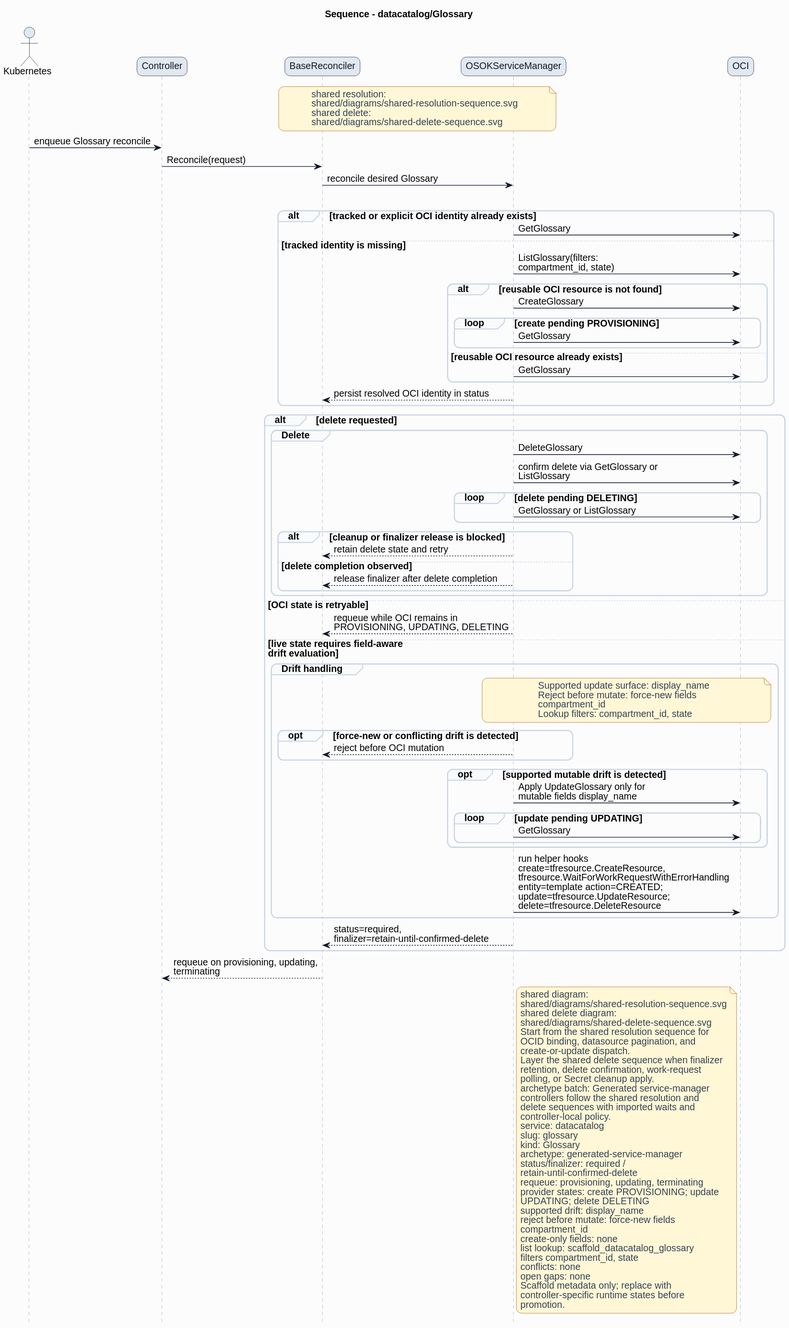
Before: formal/controllers/datacatalog/glossary/diagrams/sequence.svg, a diagram exported from PlantUML (HaoyL666/oci-service-operator). The source it was exported from:
```plantuml
@startuml
skinparam shadowing false
skinparam backgroundColor #fcfcfd
skinparam defaultFontName Helvetica
skinparam defaultFontSize 14
skinparam arrowColor #0f172a
skinparam noteBackgroundColor #fff7d6
skinparam noteBorderColor #b45309
skinparam noteFontColor #334155
skinparam roundcorner 16
title Sequence - datacatalog/Glossary
hide footbox
skinparam sequence {
  actorBorderColor #0f172a
  actorBackgroundColor #e2e8f0
  participantBorderColor #0f172a
  participantBackgroundColor #e2e8f0
  participantFontColor #0f172a
  lifeLineBorderColor #94a3b8
  groupBorderColor #cbd5e1
  groupBackgroundColor #f8fafc
}
actor Kubernetes
participant Controller
participant BaseReconciler
participant "OSOKServiceManager" as ServiceManager
participant OCI
note over BaseReconciler,ServiceManager
shared resolution:
shared/diagrams/shared-resolution-sequence.svg
shared delete:
shared/diagrams/shared-delete-sequence.svg
end note
Kubernetes -> Controller: enqueue Glossary reconcile
Controller -> BaseReconciler: Reconcile(request)
BaseReconciler -> ServiceManager: reconcile desired Glossary
group Lookup and bind
alt tracked or explicit OCI identity already exists
ServiceManager -> OCI: GetGlossary
else tracked identity is missing
ServiceManager -> OCI: ListGlossary(filters:\ncompartment_id, state)
alt reusable OCI resource is not found
ServiceManager -> OCI: CreateGlossary
loop create pending PROVISIONING
ServiceManager -> OCI: GetGlossary
end
else reusable OCI resource already exists
ServiceManager -> OCI: GetGlossary
end
ServiceManager --> BaseReconciler: persist resolved OCI identity in status
end
alt delete requested
group Delete
ServiceManager -> OCI: DeleteGlossary
ServiceManager -> OCI: confirm delete via GetGlossary or\nListGlossary
loop delete pending DELETING
ServiceManager -> OCI: GetGlossary or ListGlossary
end
alt cleanup or finalizer release is blocked
ServiceManager --> BaseReconciler: retain delete state and retry
else delete completion observed
ServiceManager --> BaseReconciler: release finalizer after delete completion
end
end
else OCI state is retryable
ServiceManager --> BaseReconciler: requeue while OCI remains in\nPROVISIONING, UPDATING, DELETING
else live state requires field-aware\ndrift evaluation
group Drift handling
note over ServiceManager,OCI
Supported update surface: display_name
Reject before mutate: force-new fields
compartment_id
Lookup filters: compartment_id, state
end note
opt force-new or conflicting drift is detected
ServiceManager --> BaseReconciler: reject before OCI mutation
end
opt supported mutable drift is detected
ServiceManager -> OCI: Apply UpdateGlossary only for\nmutable fields display_name
loop update pending UPDATING
ServiceManager -> OCI: GetGlossary
end
end
ServiceManager -> OCI: run helper hooks\ncreate=tfresource.CreateResource,\ntfresource.WaitForWorkRequestWithErrorHandling\nentity=template action=CREATED;\nupdate=tfresource.UpdateResource;\ndelete=tfresource.DeleteResource
end
ServiceManager --> BaseReconciler: status=required,\nfinalizer=retain-until-confirmed-delete
end
BaseReconciler --> Controller: requeue on provisioning, updating,\nterminating
note right of ServiceManager
shared diagram:
shared/diagrams/shared-resolution-sequence.svg
shared delete diagram:
shared/diagrams/shared-delete-sequence.svg
Start from the shared resolution sequence for
OCID binding, datasource pagination, and
create-or-update dispatch.
Layer the shared delete sequence when finalizer
retention, delete confirmation, work-request
polling, or Secret cleanup apply.
archetype batch: Generated service-manager
controllers follow the shared resolution and
delete sequences with imported waits and
controller-local policy.
service: datacatalog
slug: glossary
kind: Glossary
archetype: generated-service-manager
status/finalizer: required /
retain-until-confirmed-delete
requeue: provisioning, updating, terminating
provider states: create PROVISIONING; update
UPDATING; delete DELETING
supported drift: display_name
reject before mutate: force-new fields
compartment_id
create-only fields: none
list lookup: scaffold_datacatalog_glossary
filters compartment_id, state
conflicts: none
open gaps: none
Scaffold metadata only; replace with
controller-specific runtime states before
promotion.
end note
@enduml
```
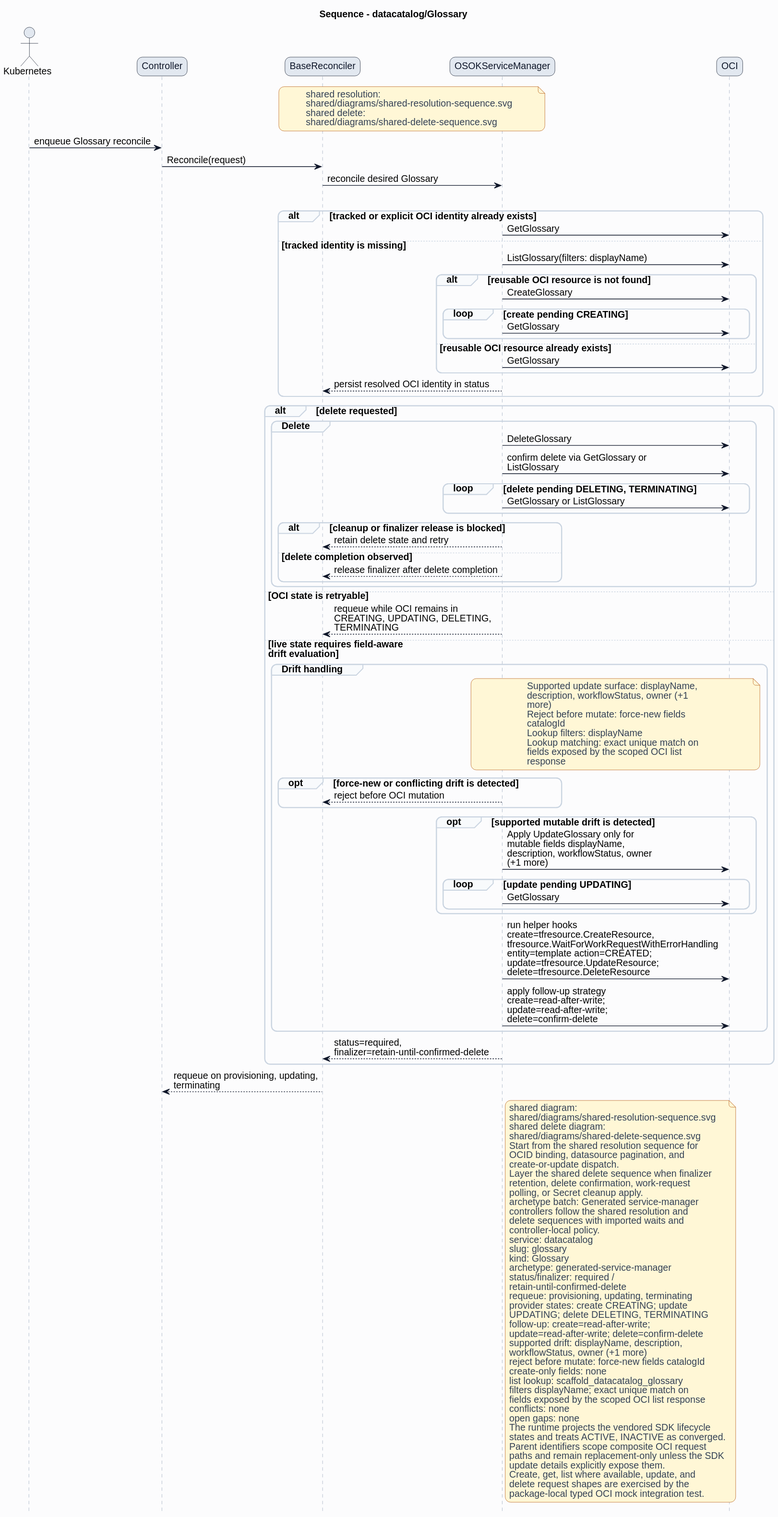
Later version of the same file.

Change to the diagram source:
```diff
@@ -38,10 +38,10 @@
 alt tracked or explicit OCI identity already exists
 ServiceManager -> OCI: GetGlossary
 else tracked identity is missing
-ServiceManager -> OCI: ListGlossary(filters:\ncompartment_id, state)
+ServiceManager -> OCI: ListGlossary(filters: displayName)
 alt reusable OCI resource is not found
 ServiceManager -> OCI: CreateGlossary
-loop create pending PROVISIONING
+loop create pending CREATING
 ServiceManager -> OCI: GetGlossary
 end
 else reusable OCI resource already exists
@@ -53,7 +53,7 @@
 group Delete
 ServiceManager -> OCI: DeleteGlossary
 ServiceManager -> OCI: confirm delete via GetGlossary or\nListGlossary
-loop delete pending DELETING
+loop delete pending DELETING, TERMINATING
 ServiceManager -> OCI: GetGlossary or ListGlossary
 end
 alt cleanup or finalizer release is blocked
@@ -63,25 +63,31 @@
 end
 end
 else OCI state is retryable
-ServiceManager --> BaseReconciler: requeue while OCI remains in\nPROVISIONING, UPDATING, DELETING
+ServiceManager --> BaseReconciler: requeue while OCI remains in\nCREATING, UPDATING, DELETING,\nTERMINATING
 else live state requires field-aware\ndrift evaluation
 group Drift handling
 note over ServiceManager,OCI
-Supported update surface: display_name
+Supported update surface: displayName,
+description, workflowStatus, owner (+1
+more)
 Reject before mutate: force-new fields
-compartment_id
-Lookup filters: compartment_id, state
+catalogId
+Lookup filters: displayName
+Lookup matching: exact unique match on
+fields exposed by the scoped OCI list
+response
 end note
 opt force-new or conflicting drift is detected
 ServiceManager --> BaseReconciler: reject before OCI mutation
 end
 opt supported mutable drift is detected
-ServiceManager -> OCI: Apply UpdateGlossary only for\nmutable fields display_name
+ServiceManager -> OCI: Apply UpdateGlossary only for\nmutable fields displayName,\ndescription, workflowStatus, owner\n(+1 more)
 loop update pending UPDATING
 ServiceManager -> OCI: GetGlossary
 end
 end
 ServiceManager -> OCI: run helper hooks\ncreate=tfresource.CreateResource,\ntfresource.WaitForWorkRequestWithErrorHandling\nentity=template action=CREATED;\nupdate=tfresource.UpdateResource;\ndelete=tfresource.DeleteResource
+ServiceManager -> OCI: apply follow-up strategy\ncreate=read-after-write;\nupdate=read-after-write;\ndelete=confirm-delete
 end
 ServiceManager --> BaseReconciler: status=required,\nfinalizer=retain-until-confirmed-delete
 end
@@ -108,18 +114,26 @@
 status/finalizer: required /
 retain-until-confirmed-delete
 requeue: provisioning, updating, terminating
-provider states: create PROVISIONING; update
-UPDATING; delete DELETING
-supported drift: display_name
-reject before mutate: force-new fields
-compartment_id
+provider states: create CREATING; update
+UPDATING; delete DELETING, TERMINATING
+follow-up: create=read-after-write;
+update=read-after-write; delete=confirm-delete
+supported drift: displayName, description,
+workflowStatus, owner (+1 more)
+reject before mutate: force-new fields catalogId
 create-only fields: none
 list lookup: scaffold_datacatalog_glossary
-filters compartment_id, state
+filters displayName; exact unique match on
+fields exposed by the scoped OCI list response
 conflicts: none
 open gaps: none
-Scaffold metadata only; replace with
-controller-specific runtime states before
-promotion.
+The runtime projects the vendored SDK lifecycle
+states and treats ACTIVE, INACTIVE as converged.
+Parent identifiers scope composite OCI request
+paths and remain replacement-only unless the SDK
+update details explicitly expose them.
+Create, get, list where available, update, and
+delete request shapes are exercised by the
+package-local typed OCI mock integration test.
 end note
 @enduml
```
